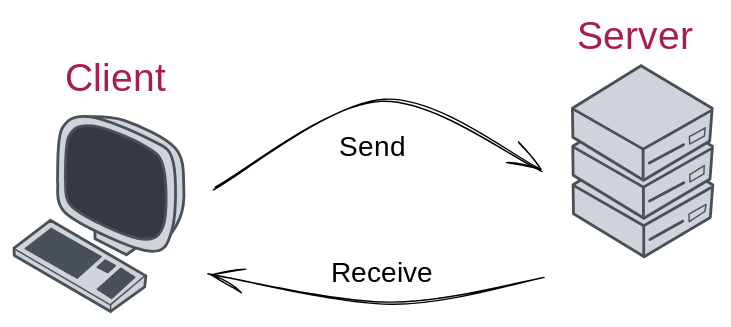
The Excalidraw diagram notebooks/media/client-server.excalidraw.svg in ue22-p25/backend, before a commit. Source tidied: one line per element, renumbered; positions are measured from the earlier drawing's top-left corner, leaving out a move shared by most shapes.
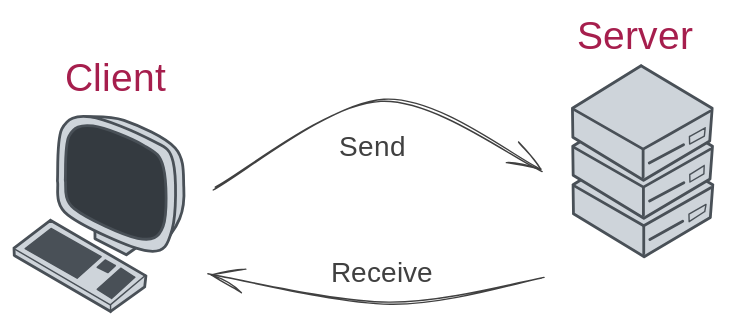
Later version of the same file.

Diff of the diagram source:
```diff
@@ -25,9 +25,9 @@
 {"id": 24, "type": "line", "strokeColor": "#495057", "backgroundColor": "#ced4da", "fillStyle": "solid", "strokeWidth": 2, "roughness": 0, "x": 400, "y": 68, "width": 98, "height": 29, "points": [[0, 0], [50, 29], [98, 1]]}
 {"id": 25, "type": "line", "strokeColor": "#495057", "backgroundColor": "#ced4da", "fillStyle": "solid", "strokeWidth": 2, "roughness": 0, "x": 454, "y": 106, "width": 25, "height": 13, "points": [[0, 0], [25, -13]]}
 {"id": 26, "type": "line", "strokeColor": "#495057", "backgroundColor": "#ced4da", "fillStyle": "solid", "strokeWidth": 1, "roughness": 0, "x": 483, "y": 87, "width": 11, "height": 12, "points": [[0, 0], [0, 5], [11, 0], [11, -6], [0, 0]]}
-{"id": 27, "type": "arrow", "strokeColor": "#000000", "strokeWidth": 1, "roughness": 1, "endArrowhead": "arrow", "round": true, "from": 0, "to": 11, "x": 144, "y": 125, "width": 234, "height": 63, "points": [[0, 0], [119, -63], [234, -13]]}
+{"id": 27, "type": "arrow", "strokeColor": "#404040", "strokeWidth": 1, "roughness": 1, "endArrowhead": "arrow", "round": true, "from": 0, "to": 11, "x": 144, "y": 125, "width": 234, "height": 63, "points": [[0, 0], [119, -63], [234, -13]]}
-{"id": 28, "type": "arrow", "strokeColor": "#000000", "strokeWidth": 1, "roughness": 1, "endArrowhead": "arrow", "round": true, "x": 378, "y": 187, "width": 239, "height": 20, "points": [[0, 0], [-109, 19], [-239, -1]]}
+{"id": 28, "type": "arrow", "strokeColor": "#404040", "strokeWidth": 1, "roughness": 1, "endArrowhead": "arrow", "round": true, "x": 378, "y": 187, "width": 239, "height": 20, "points": [[0, 0], [-109, 19], [-239, -1]]}
-{"id": 29, "type": "text", "text": "Send", "strokeColor": "#000000", "strokeWidth": 1, "roughness": 1, "fontSize": 20, "fontFamily": 1, "x": 233, "y": 83, "width": 46, "height": 25}
+{"id": 29, "type": "text", "text": "Send", "strokeColor": "#404040", "strokeWidth": 1, "roughness": 1, "fontSize": 20, "fontFamily": 1, "x": 233, "y": 83, "width": 46, "height": 25}
-{"id": 30, "type": "text", "text": "Receive", "strokeColor": "#000000", "strokeWidth": 1, "roughness": 1, "fontSize": 20, "fontFamily": 1, "x": 227, "y": 173, "width": 73, "height": 25}
+{"id": 30, "type": "text", "text": "Receive", "strokeColor": "#404040", "strokeWidth": 1, "roughness": 1, "fontSize": 20, "fontFamily": 1, "x": 227, "y": 173, "width": 73, "height": 25}
 {"id": 31, "type": "text", "text": "Client", "strokeColor": "#a61e4d", "strokeWidth": 1, "roughness": 1, "fontSize": 28, "fontFamily": 1, "x": 36, "y": 30, "width": 78, "height": 35}
 {"id": 32, "type": "text", "text": "Server", "strokeColor": "#a61e4d", "strokeWidth": 1, "roughness": 1, "fontSize": 28, "fontFamily": 1, "x": 402, "y": 0, "width": 88, "height": 35}
```
